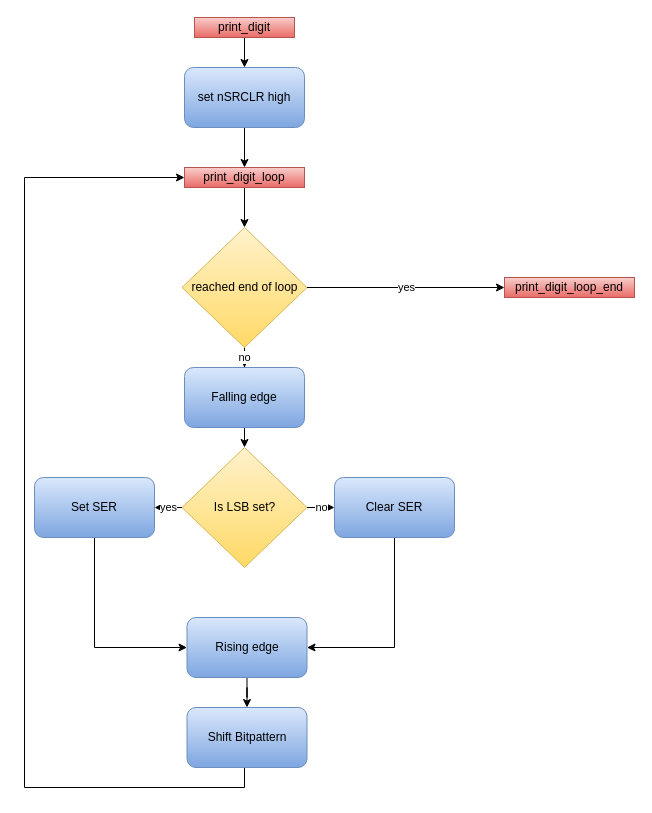
Before: diagrams/Programmablauf_print_digit.drawio in DerToaster98/SysProgTIT18, a draw.io diagram. Source tidied: cells renumbered, new cells numbered last; positions are measured from the earlier drawing's top-left corner, leaving out a move shared by most shapes. Both pictures are drawn from the tidied source at 100%, with x=0, y=0 at pixel (24, 17).
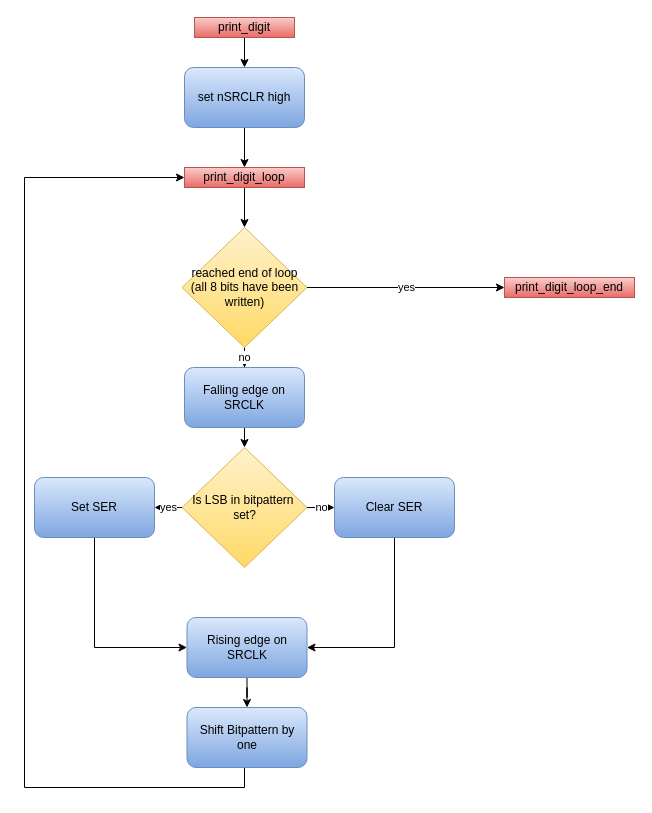
After the change.

What changed in the source:
```diff
@@
-    <mxCell id="10" value="reached end of loop" style="rhombus;whiteSpace=wrap;html=1;gradientColor=#ffd966;fillColor=#fff2cc;strokeColor=#d6b656;" parent="1" vertex="1">
+    <mxCell id="10" value="&lt;div&gt;reached end of loop&lt;/div&gt;&lt;div&gt;(all 8 bits have been written)&lt;br&gt;&lt;/div&gt;" style="rhombus;whiteSpace=wrap;html=1;gradientColor=#ffd966;fillColor=#fff2cc;strokeColor=#d6b656;" parent="1" vertex="1">
       <mxGeometry x="157.5" y="210" width="125" height="120" as="geometry" />
     </mxCell>
@@
-    <mxCell id="14" value="Is LSB set?" style="rhombus;whiteSpace=wrap;html=1;gradientColor=#ffd966;fillColor=#fff2cc;strokeColor=#d6b656;" parent="1" vertex="1">
+    <mxCell id="14" value="Is LSB in bitpattern&amp;nbsp; set?" style="rhombus;whiteSpace=wrap;html=1;gradientColor=#ffd966;fillColor=#fff2cc;strokeColor=#d6b656;" parent="1" vertex="1">
       <mxGeometry x="157.5" y="430" width="125" height="120" as="geometry" />
     </mxCell>
@@
-    <mxCell id="16" value="Falling edge" style="rounded=1;whiteSpace=wrap;html=1;gradientColor=#7ea6e0;fillColor=#dae8fc;strokeColor=#6c8ebf;" parent="1" vertex="1">
+    <mxCell id="16" value="Falling edge on SRCLK" style="rounded=1;whiteSpace=wrap;html=1;gradientColor=#7ea6e0;fillColor=#dae8fc;strokeColor=#6c8ebf;" parent="1" vertex="1">
       <mxGeometry x="160" y="350" width="120" height="60" as="geometry" />
     </mxCell>
@@
-    <mxCell id="23" value="Rising edge" style="rounded=1;whiteSpace=wrap;html=1;gradientColor=#7ea6e0;fillColor=#dae8fc;strokeColor=#6c8ebf;" parent="1" vertex="1">
+    <mxCell id="23" value="Rising edge on SRCLK" style="rounded=1;whiteSpace=wrap;html=1;gradientColor=#7ea6e0;fillColor=#dae8fc;strokeColor=#6c8ebf;" parent="1" vertex="1">
       <mxGeometry x="162.5" y="600" width="120" height="60" as="geometry" />
     </mxCell>
-    <mxCell id="24" value="Shift Bitpattern" style="rounded=1;whiteSpace=wrap;html=1;fillColor=#dae8fc;strokeColor=#6c8ebf;gradientColor=#7ea6e0;" parent="1" vertex="1">
+    <mxCell id="24" value="Shift Bitpattern by one" style="rounded=1;whiteSpace=wrap;html=1;fillColor=#dae8fc;strokeColor=#6c8ebf;gradientColor=#7ea6e0;" parent="1" vertex="1">
       <mxGeometry x="162.5" y="690" width="120" height="60" as="geometry" />
     </mxCell>
```
